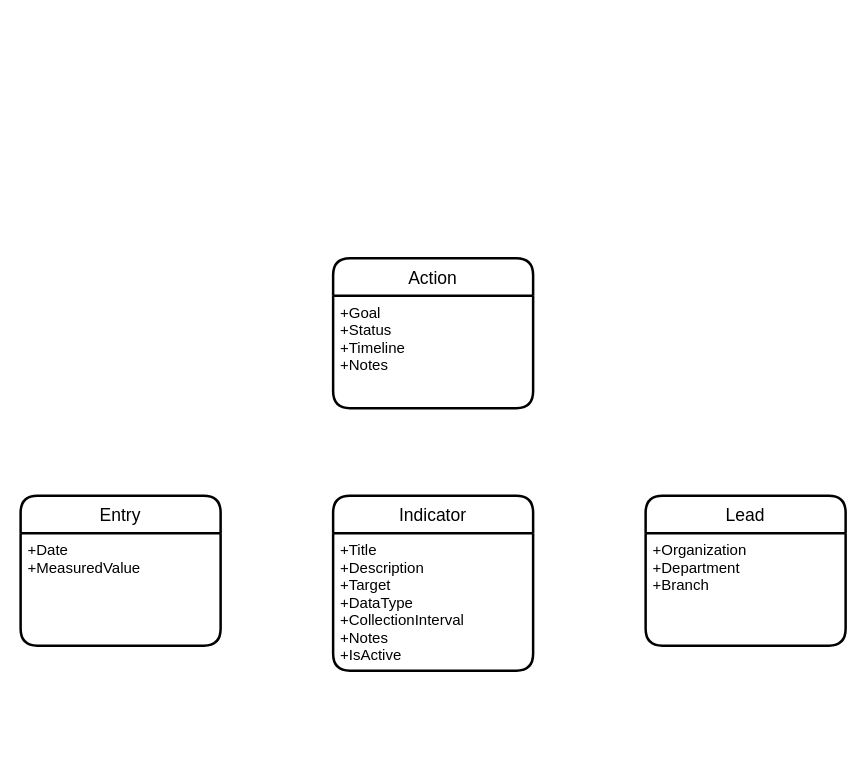
Before: planning/conceptual-erd.drawio in ytgov/our-clean-future, a draw.io diagram. Source tidied: cells renumbered, new cells numbered last; positions are measured from the earlier drawing's top-left corner, leaving out a move shared by most shapes. Both pictures are drawn from the tidied source at 125%, with x=0, y=0 at pixel (20, 258).
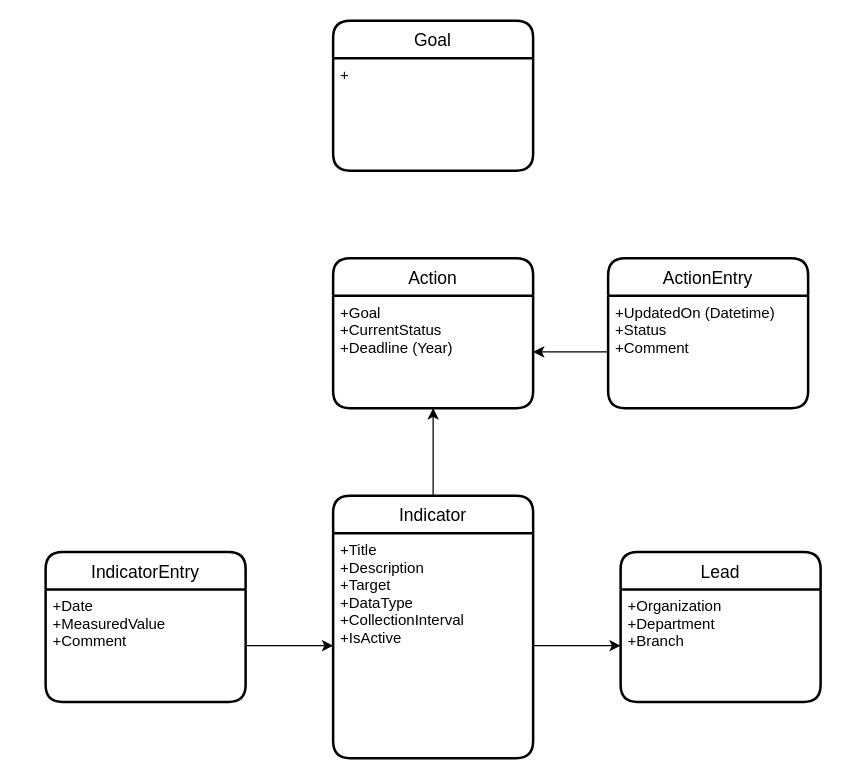
The same page after the edit.

The edit, as a diff of the source:
```diff
@@
 <mxGraphModel>
   <root>
     <mxCell id="0" />
     <mxCell id="1" parent="0" />
+    <mxCell id="10" style="edgeStyle=orthogonalEdgeStyle;rounded=0;jettySize=auto;html=1;" parent="1" edge="1" source="2" target="9">
+      <mxGeometry relative="1" as="geometry" />
+    </mxCell>
     <mxCell id="2" value="Indicator" style="swimlane;horizontal=1;startSize=30;rounded=1;fontSize=14;fontStyle=0;strokeWidth=2;shadow=0;dashed=0;align=center;" parent="1" vertex="1">
-      <mxGeometry x="250" y="190" width="160" height="140" as="geometry" />
+      <mxGeometry x="250" y="190" width="160" height="210" as="geometry" />
     </mxCell>
-    <mxCell id="3" value="+Title&#10;+Description&#10;+Target&#10;+DataType&#10;+CollectionInterval&#10;+Notes&#10;+IsActive" style="align=left;strokeColor=none;fillColor=none;spacingLeft=4;fontSize=12;verticalAlign=top;" parent="2" vertex="1">
-      <mxGeometry y="30" width="160" height="110" as="geometry" />
+    <mxCell id="3" value="+Title&#10;+Description&#10;+Target&#10;+DataType&#10;+CollectionInterval&#10;+IsActive" style="align=left;strokeColor=none;fillColor=none;spacingLeft=4;fontSize=12;verticalAlign=top;" parent="2" vertex="1">
+      <mxGeometry y="30" width="160" height="180" as="geometry" />
     </mxCell>
-    <mxCell id="4" value="Entry" style="swimlane;horizontal=1;startSize=30;rounded=1;fontSize=14;fontStyle=0;strokeWidth=2;shadow=0;dashed=0;align=center;" parent="1" vertex="1">
-      <mxGeometry y="190" width="160" height="120" as="geometry" />
+    <mxCell id="4" value="IndicatorEntry" style="swimlane;horizontal=1;startSize=30;rounded=1;fontSize=14;fontStyle=0;strokeWidth=2;shadow=0;dashed=0;align=center;" parent="1" vertex="1">
+      <mxGeometry x="20" y="235" width="160" height="120" as="geometry" />
     </mxCell>
-    <mxCell id="5" value="+Date&#10;+MeasuredValue" style="align=left;strokeColor=none;fillColor=none;spacingLeft=4;fontSize=12;verticalAlign=top;" parent="4" vertex="1">
+    <mxCell id="5" value="+Date&#10;+MeasuredValue&#10;+Comment" style="align=left;strokeColor=none;fillColor=none;spacingLeft=4;fontSize=12;verticalAlign=top;" parent="4" vertex="1">
       <mxGeometry y="30" width="160" height="90" as="geometry" />
     </mxCell>
     <mxCell id="6" value="Lead" style="swimlane;horizontal=1;startSize=30;rounded=1;fontSize=14;fontStyle=0;strokeWidth=2;shadow=0;dashed=0;align=center;" parent="1" vertex="1">
-      <mxGeometry x="500" y="190" width="160" height="120" as="geometry" />
+      <mxGeometry x="480" y="235" width="160" height="120" as="geometry" />
     </mxCell>
     <mxCell id="7" value="+Organization&#10;+Department&#10;+Branch" style="align=left;strokeColor=none;fillColor=none;spacingLeft=4;fontSize=12;verticalAlign=top;" parent="6" vertex="1">
       <mxGeometry y="30" width="160" height="90" as="geometry" />
     </mxCell>
     <mxCell id="8" value="Action" style="swimlane;horizontal=1;startSize=30;rounded=1;fontSize=14;fontStyle=0;strokeWidth=2;shadow=0;dashed=0;align=center;" parent="1" vertex="1">
       <mxGeometry x="250" width="160" height="120" as="geometry" />
     </mxCell>
-    <mxCell id="9" value="+Goal&#10;+Status&#10;+Timeline&#10;+Notes" style="align=left;strokeColor=none;fillColor=none;spacingLeft=4;fontSize=12;verticalAlign=top;" parent="8" vertex="1">
+    <mxCell id="9" value="+Goal&#10;+CurrentStatus&#10;+Deadline (Year)" style="align=left;strokeColor=none;fillColor=none;spacingLeft=4;fontSize=12;verticalAlign=top;" parent="8" vertex="1">
       <mxGeometry y="30" width="160" height="90" as="geometry" />
     </mxCell>
+    <mxCell id="11" value="Goal" style="swimlane;horizontal=1;startSize=30;rounded=1;fontSize=14;fontStyle=0;strokeWidth=2;shadow=0;dashed=0;align=center;" parent="1" vertex="1">
+      <mxGeometry x="250" y="-190" width="160" height="120" as="geometry" />
+    </mxCell>
+    <mxCell id="12" value="+" style="align=left;strokeColor=none;fillColor=none;spacingLeft=4;fontSize=12;verticalAlign=top;" parent="11" vertex="1">
+      <mxGeometry y="30" width="160" height="90" as="geometry" />
+    </mxCell>
+    <mxCell id="13" value="ActionEntry" style="swimlane;horizontal=1;startSize=30;rounded=1;fontSize=14;fontStyle=0;strokeWidth=2;shadow=0;dashed=0;align=center;" parent="1" vertex="1">
+      <mxGeometry x="470" width="160" height="120" as="geometry" />
+    </mxCell>
+    <mxCell id="14" value="+UpdatedOn (Datetime)&#10;+Status&#10;+Comment" style="align=left;strokeColor=none;fillColor=none;spacingLeft=4;fontSize=12;verticalAlign=top;" parent="13" vertex="1">
+      <mxGeometry y="30" width="160" height="90" as="geometry" />
+    </mxCell>
+    <mxCell id="15" style="edgeStyle=orthogonalEdgeStyle;rounded=0;jettySize=auto;html=1;" parent="1" edge="1" source="14" target="9">
+      <mxGeometry relative="1" as="geometry" />
+    </mxCell>
+    <mxCell id="16" style="edgeStyle=orthogonalEdgeStyle;rounded=0;jettySize=auto;html=1;" parent="1" edge="1" source="5" target="3">
+      <mxGeometry relative="1" as="geometry" />
+    </mxCell>
+    <mxCell id="17" style="edgeStyle=orthogonalEdgeStyle;rounded=0;jettySize=auto;html=1;" parent="1" edge="1" source="3" target="7">
+      <mxGeometry relative="1" as="geometry" />
+    </mxCell>
   </root>
 </mxGraphModel>
```
